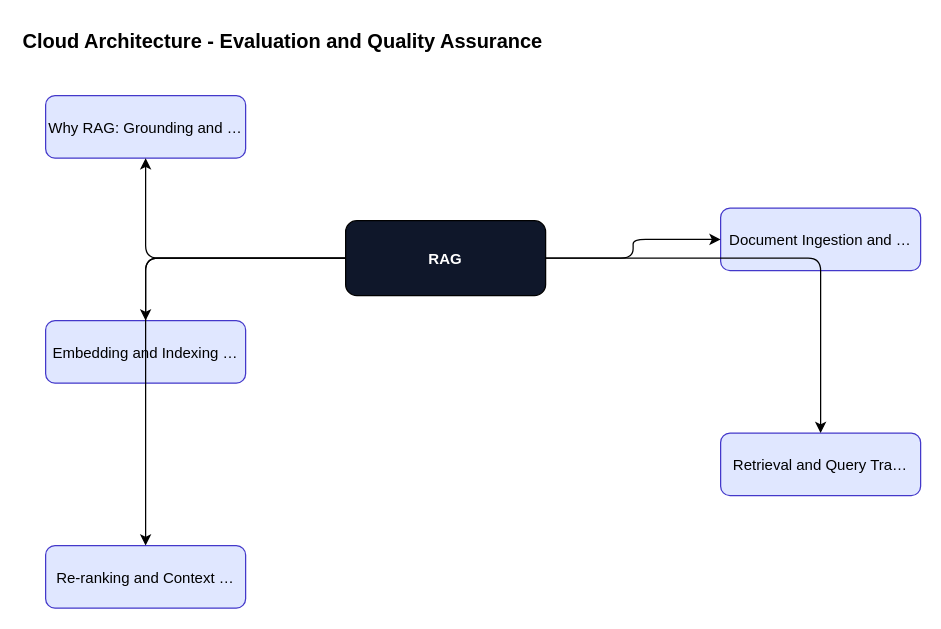
The draw.io diagram content/rag/rag-foundations/diagrams/fig-026-cloud-architecture.drawio in ankit05121980/AI-University, before the edit. Source tidied: cells renumbered, new cells numbered last; positions are measured from the earlier drawing's top-left corner, leaving out a move shared by most shapes. Both pictures are drawn from the tidied source at 125%, with x=0, y=0 at pixel (20, 20).
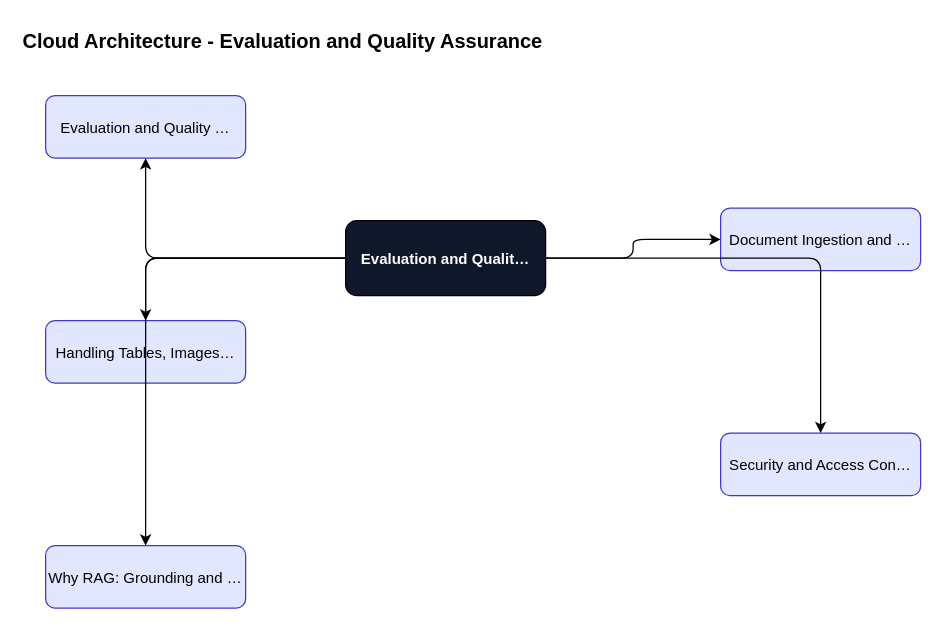
Above is the later version.

What changed in the source:
```diff
@@
 <mxGraphModel>
   <root>
     <mxCell id="0" />
     <mxCell id="1" parent="0" />
     <mxCell id="2" value="Cloud Architecture - Evaluation and Quality Assurance" style="text;fontSize=16;fontStyle=1;" parent="1" vertex="1">
       <mxGeometry width="600" height="30" as="geometry" />
     </mxCell>
-    <mxCell id="3" value="RAG" style="rounded=1;fillColor=#0f172a;fontColor=#ffffff;fontStyle=1;" parent="1" vertex="1">
+    <mxCell id="3" value="Evaluation and Qualit…" style="rounded=1;fillColor=#0f172a;fontColor=#ffffff;fontStyle=1;" parent="1" vertex="1">
       <mxGeometry x="260" y="160" width="160" height="60" as="geometry" />
     </mxCell>
-    <mxCell id="4" value="Why RAG: Grounding and …" style="rounded=1;fillColor=#e0e7ff;strokeColor=#4338ca;" parent="1" vertex="1">
+    <mxCell id="4" value="Evaluation and Quality …" style="rounded=1;fillColor=#e0e7ff;strokeColor=#4338ca;" parent="1" vertex="1">
       <mxGeometry x="20" y="60" width="160" height="50" as="geometry" />
     </mxCell>
     <mxCell id="5" style="edgeStyle=orthogonalEdgeStyle;" parent="1" edge="1" source="3" target="4">
       <mxGeometry relative="1" as="geometry" />
     </mxCell>
     <mxCell id="6" value="Document Ingestion and …" style="rounded=1;fillColor=#e0e7ff;strokeColor=#4338ca;" parent="1" vertex="1">
       <mxGeometry x="560" y="150" width="160" height="50" as="geometry" />
     </mxCell>
     <mxCell id="7" style="edgeStyle=orthogonalEdgeStyle;" parent="1" edge="1" source="3" target="6">
       <mxGeometry relative="1" as="geometry" />
     </mxCell>
-    <mxCell id="8" value="Embedding and Indexing …" style="rounded=1;fillColor=#e0e7ff;strokeColor=#4338ca;" parent="1" vertex="1">
+    <mxCell id="8" value="Handling Tables, Images…" style="rounded=1;fillColor=#e0e7ff;strokeColor=#4338ca;" parent="1" vertex="1">
       <mxGeometry x="20" y="240" width="160" height="50" as="geometry" />
     </mxCell>
     <mxCell id="9" style="edgeStyle=orthogonalEdgeStyle;" parent="1" edge="1" source="3" target="8">
       <mxGeometry relative="1" as="geometry" />
     </mxCell>
-    <mxCell id="10" value="Retrieval and Query Tra…" style="rounded=1;fillColor=#e0e7ff;strokeColor=#4338ca;" parent="1" vertex="1">
+    <mxCell id="10" value="Security and Access Con…" style="rounded=1;fillColor=#e0e7ff;strokeColor=#4338ca;" parent="1" vertex="1">
       <mxGeometry x="560" y="330" width="160" height="50" as="geometry" />
     </mxCell>
     <mxCell id="11" style="edgeStyle=orthogonalEdgeStyle;" parent="1" edge="1" source="3" target="10">
       <mxGeometry relative="1" as="geometry" />
     </mxCell>
-    <mxCell id="12" value="Re-ranking and Context …" style="rounded=1;fillColor=#e0e7ff;strokeColor=#4338ca;" parent="1" vertex="1">
+    <mxCell id="12" value="Why RAG: Grounding and …" style="rounded=1;fillColor=#e0e7ff;strokeColor=#4338ca;" parent="1" vertex="1">
       <mxGeometry x="20" y="420" width="160" height="50" as="geometry" />
     </mxCell>
     <mxCell id="13" style="edgeStyle=orthogonalEdgeStyle;" parent="1" edge="1" source="3" target="12">
       <mxGeometry relative="1" as="geometry" />
     </mxCell>
   </root>
 </mxGraphModel>
```
